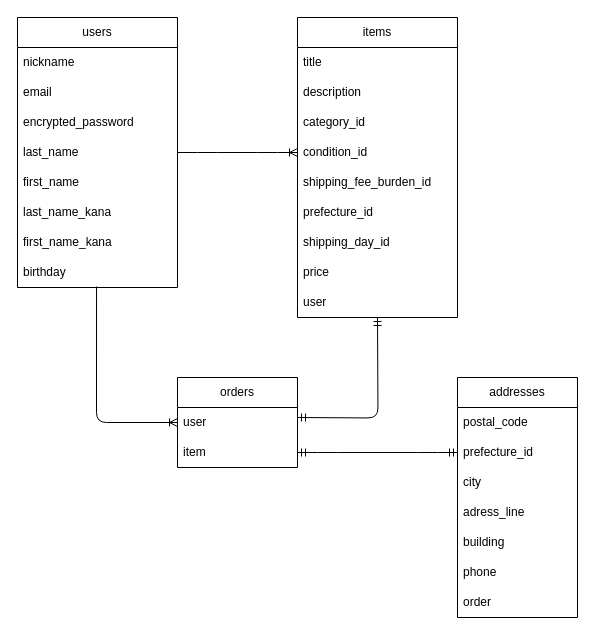
The draw.io diagram DB.dio in Towa0424/furima-46258, before the edit. Source tidied: cells renumbered, new cells numbered last; positions are measured from the earlier drawing's top-left corner, leaving out a move shared by most shapes. Both pictures are drawn from the tidied source at 100%, with x=0, y=0 at pixel (17, 17).
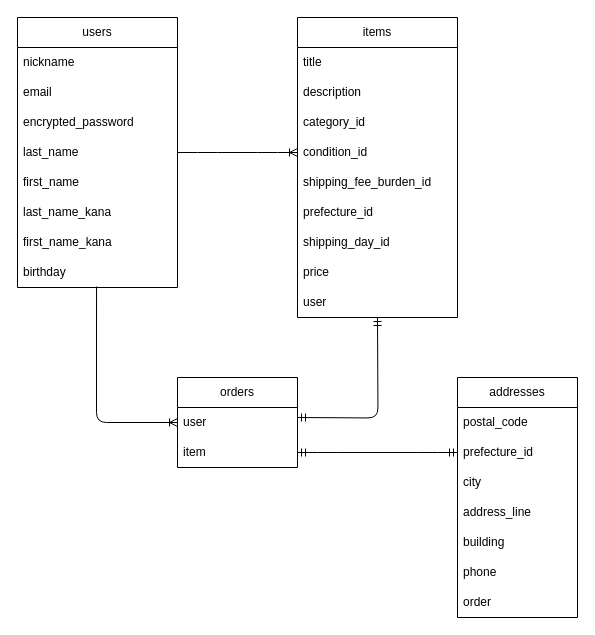
The same page after the edit.

Unchanged cells that the change refers to:
```xml
<mxCell id="24" value="addresses" style="swimlane;fontStyle=0;horizontal=1;startSize=30;whiteSpace=wrap;html=1;" parent="1" vertex="1">
  <mxGeometry x="440" y="360" width="120" height="240" as="geometry" />
</mxCell>
```

What changed in the source:
```diff
@@
-    <mxCell id="28" value="adress_line" style="text;strokeColor=none;fillColor=none;align=left;verticalAlign=middle;spacingLeft=4;spacingRight=4;overflow=hidden;whiteSpace=wrap;html=1;" parent="24" vertex="1">
+    <mxCell id="28" value="address_line" style="text;strokeColor=none;fillColor=none;align=left;verticalAlign=middle;spacingLeft=4;spacingRight=4;overflow=hidden;whiteSpace=wrap;html=1;" parent="24" vertex="1">
       <mxGeometry y="120" width="120" height="30" as="geometry" />
     </mxCell>
```
